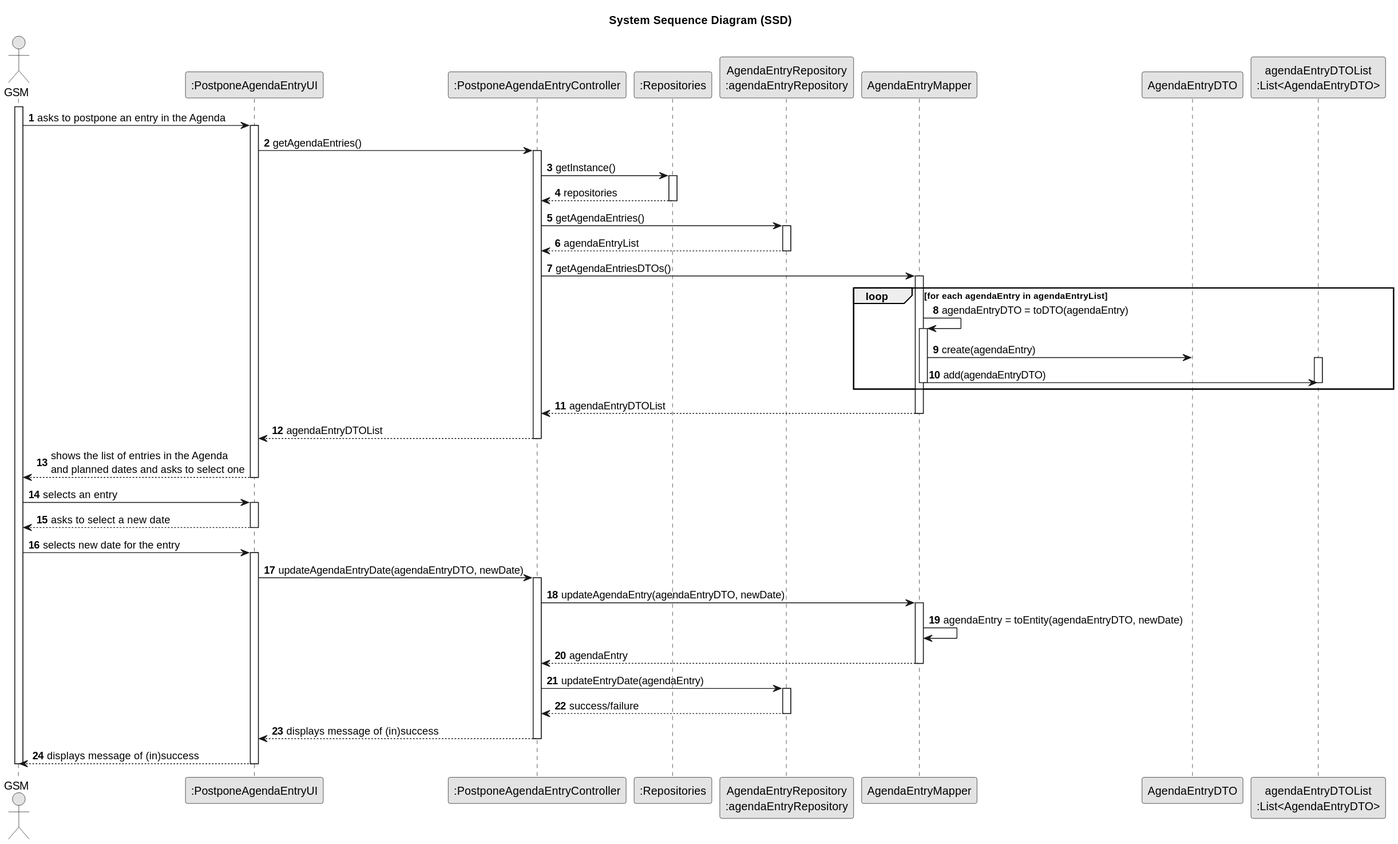
This is docs/sprintC/us024/03.design/svg/us024-sequence-diagram-full-System_Sequence_Diagram__SSD_.svg from Departamento-de-Engenharia-Informatica/lei-24-s2-1do-g164, a PlantUML export, as it was before one commit.
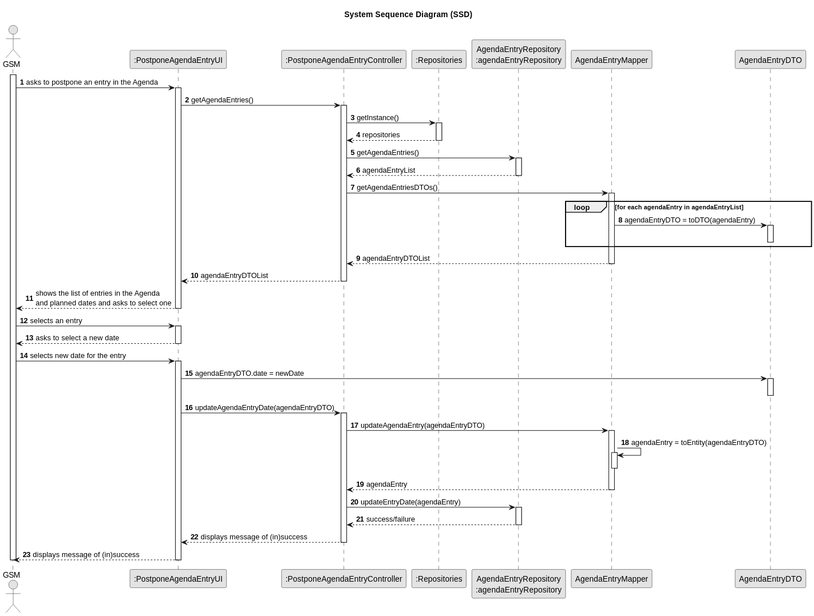
The same diagram one commit later.

Change to the diagram source:
```diff
@@ -14,8 +14,6 @@
 participant "AgendaEntryRepository\n:agendaEntryRepository" as AgendaRepo
 participant "AgendaEntryMapper"
 participant "AgendaEntryDTO"
-participant "agendaEntryDTOList\n:List<AgendaEntryDTO>" as AEDTOL
-
 activate Employee
 
     Employee -> UI : asks to postpone an entry in the Agenda
@@ -40,13 +38,10 @@
             activate "AgendaEntryMapper"
 
             loop for each agendaEntry in agendaEntryList
-                "AgendaEntryMapper" -> "AgendaEntryMapper" : agendaEntryDTO = toDTO(agendaEntry)
-                activate "AgendaEntryMapper"
-                    "AgendaEntryMapper" -> "AgendaEntryDTO" : create(agendaEntry)
-                    activate AEDTOL
-                    "AgendaEntryMapper" -> AEDTOL : add(agendaEntryDTO)
-                    deactivate AEDTOL
-                deactivate "AgendaEntryMapper"
+                "AgendaEntryMapper" -> "AgendaEntryDTO" : agendaEntryDTO = toDTO(agendaEntry)
+                activate "AgendaEntryDTO"
+
+                deactivate "AgendaEntryDTO"
             end
 
             "AgendaEntryMapper" --> CTRL : agendaEntryDTOList
@@ -67,13 +62,19 @@
     Employee -> UI : selects new date for the entry
     activate UI
 
-        UI -> CTRL : updateAgendaEntryDate(agendaEntryDTO, newDate)
+        UI -> "AgendaEntryDTO" : agendaEntryDTO.date = newDate
+        activate "AgendaEntryDTO"
+        deactivate "AgendaEntryDTO"
+
+        UI -> CTRL : updateAgendaEntryDate(agendaEntryDTO)
         activate CTRL
 
-            CTRL -> "AgendaEntryMapper" : updateAgendaEntry(agendaEntryDTO, newDate)
+            CTRL -> "AgendaEntryMapper" : updateAgendaEntry(agendaEntryDTO)
             activate "AgendaEntryMapper"
 
-                "AgendaEntryMapper" -> "AgendaEntryMapper" : agendaEntry = toEntity(agendaEntryDTO, newDate)
+                "AgendaEntryMapper" -> "AgendaEntryMapper" : agendaEntry = toEntity(agendaEntryDTO)
+                activate "AgendaEntryMapper"
+                deactivate
             "AgendaEntryMapper" --> CTRL : agendaEntry
             deactivate "AgendaEntryMapper"
 
```
